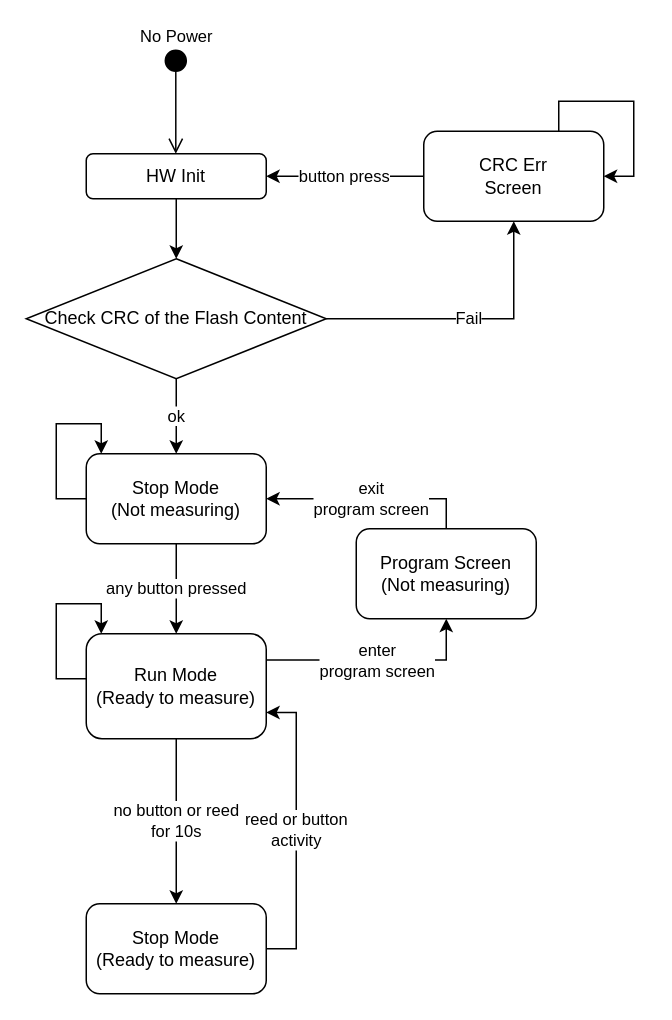
The draw.io diagram Untitled Diagram.drawio in insighthorizon/useful_scripts, before the edit. Source tidied: cells renumbered, new cells numbered last; positions are measured from the earlier drawing's top-left corner, leaving out a move shared by most shapes. Both pictures are drawn from the tidied source at 150%, with x=0, y=0 at pixel (26, 48).
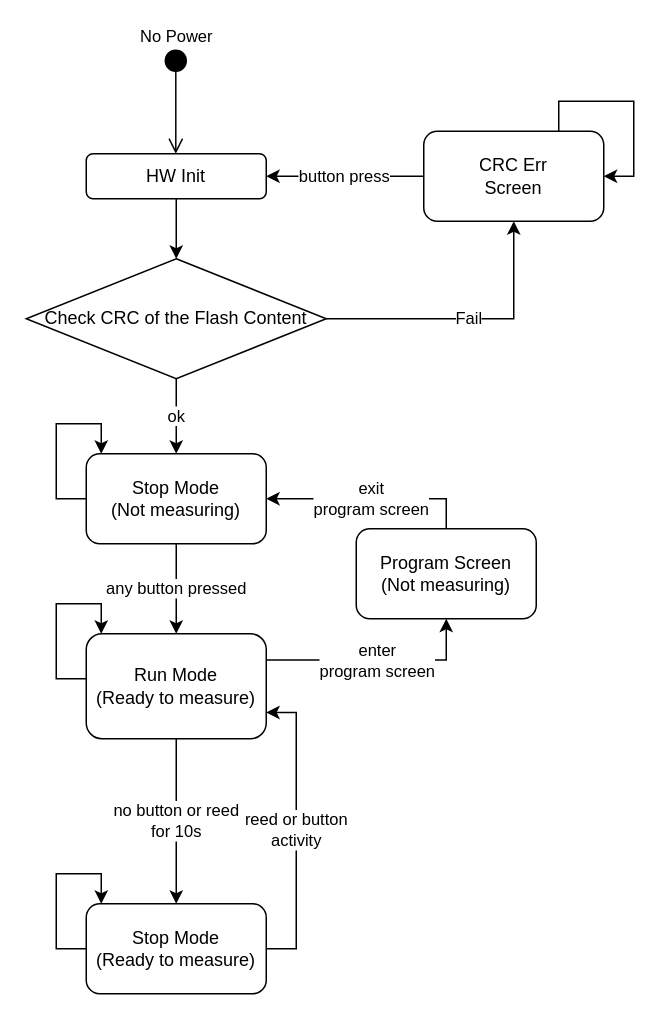
After the change.

Change to the diagram source:
```diff
@@
+    <mxCell id="23" style="edgeStyle=orthogonalEdgeStyle;rounded=0;orthogonalLoop=1;jettySize=auto;html=1;exitX=0;exitY=0.5;exitDx=0;exitDy=0;entryX=0.083;entryY=0;entryDx=0;entryDy=0;entryPerimeter=0;" parent="1" edge="1">
+      <mxGeometry relative="1" as="geometry">
+        <mxPoint x="40" y="600" as="sourcePoint" />
+        <mxPoint x="50" y="570" as="targetPoint" />
+        <Array as="points">
+          <mxPoint x="20" y="600" />
+          <mxPoint x="20" y="550" />
+          <mxPoint x="50" y="550" />
+        </Array>
+      </mxGeometry>
+    </mxCell>
```
